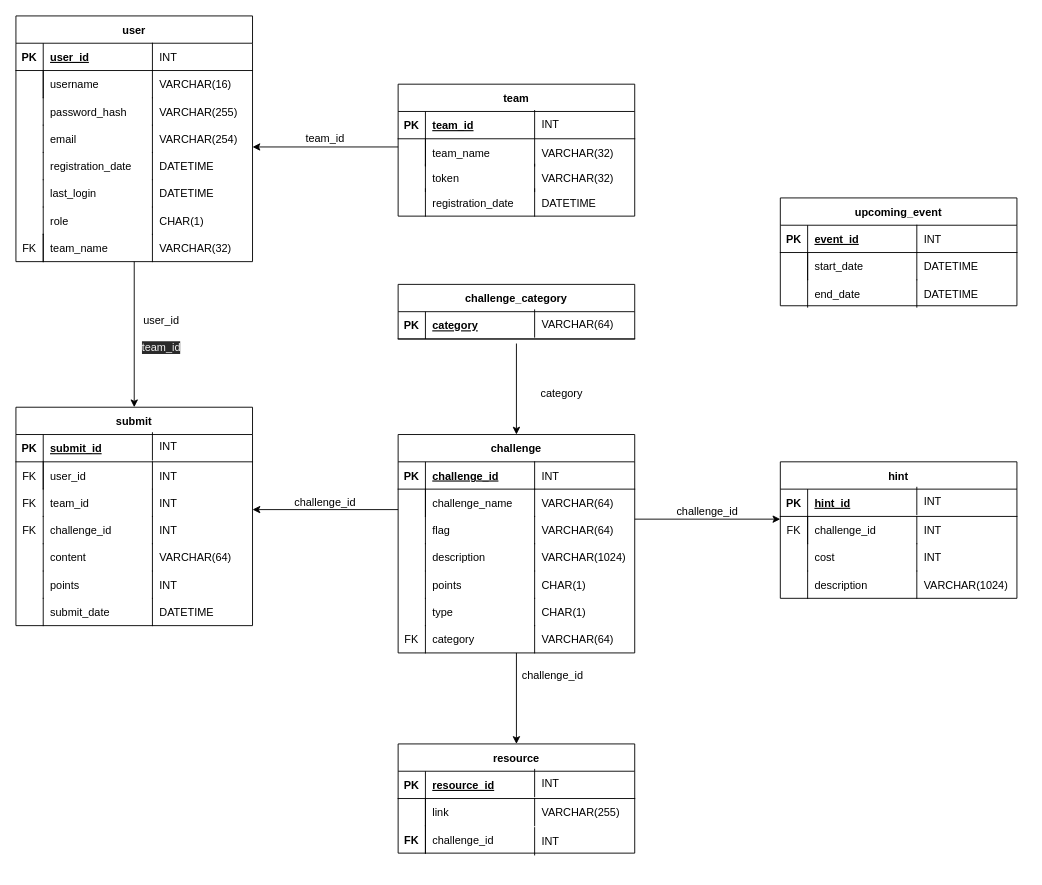
Above: db/schema_diagram.drawio in FeeeDz/H4ckUs4t1_CTF (draw.io), before the change. Source tidied: cells renumbered, new cells numbered last; positions are measured from the earlier drawing's top-left corner, leaving out a move shared by most shapes. Both pictures are drawn from the tidied source at 91%, with x=0, y=0 at pixel (15, 15).
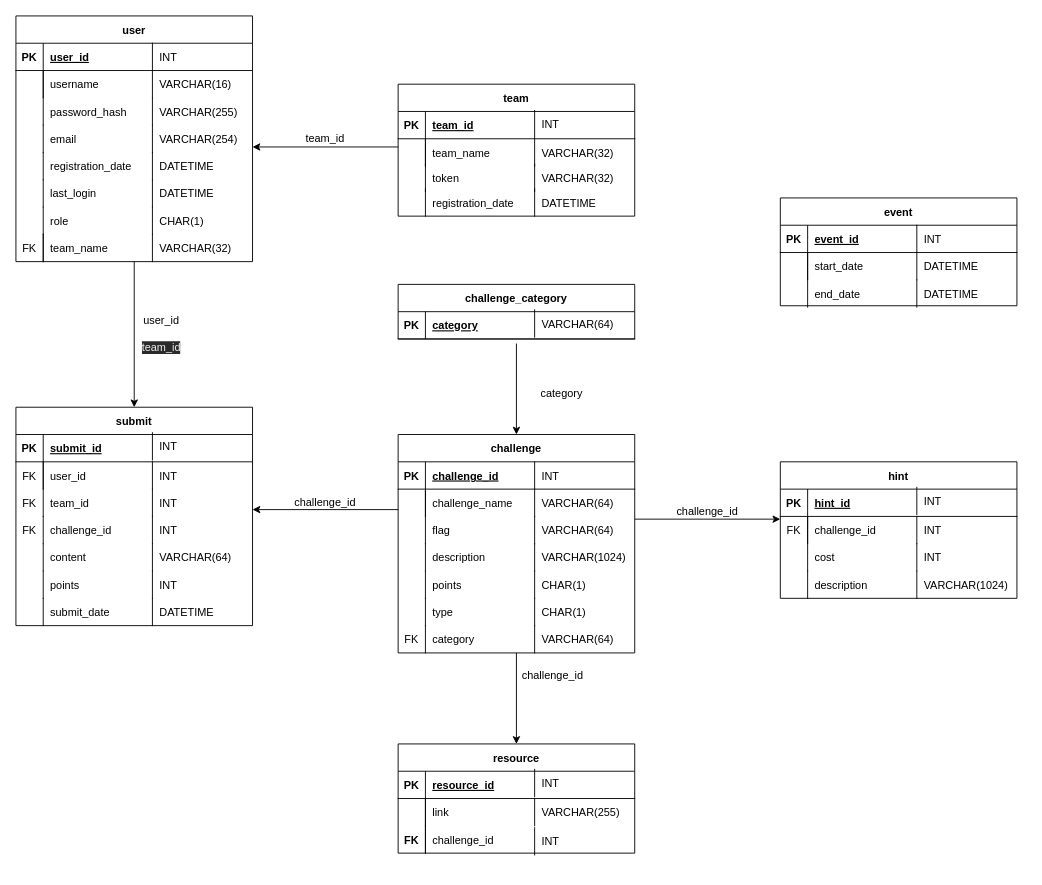
Above is the later version.

What changed in the source:
```diff
@@
-    <mxCell id="190" value="upcoming_event" style="shape=table;startSize=30;childLayout=tableLayout;rowLines=0;fontStyle=1;align=center;" parent="1" vertex="1">
+    <mxCell id="190" value="event" style="shape=table;startSize=30;childLayout=tableLayout;rowLines=0;fontStyle=1;align=center;" parent="1" vertex="1">
       <mxGeometry x="840" y="200" width="260" height="118.5" as="geometry" />
     </mxCell>
```
